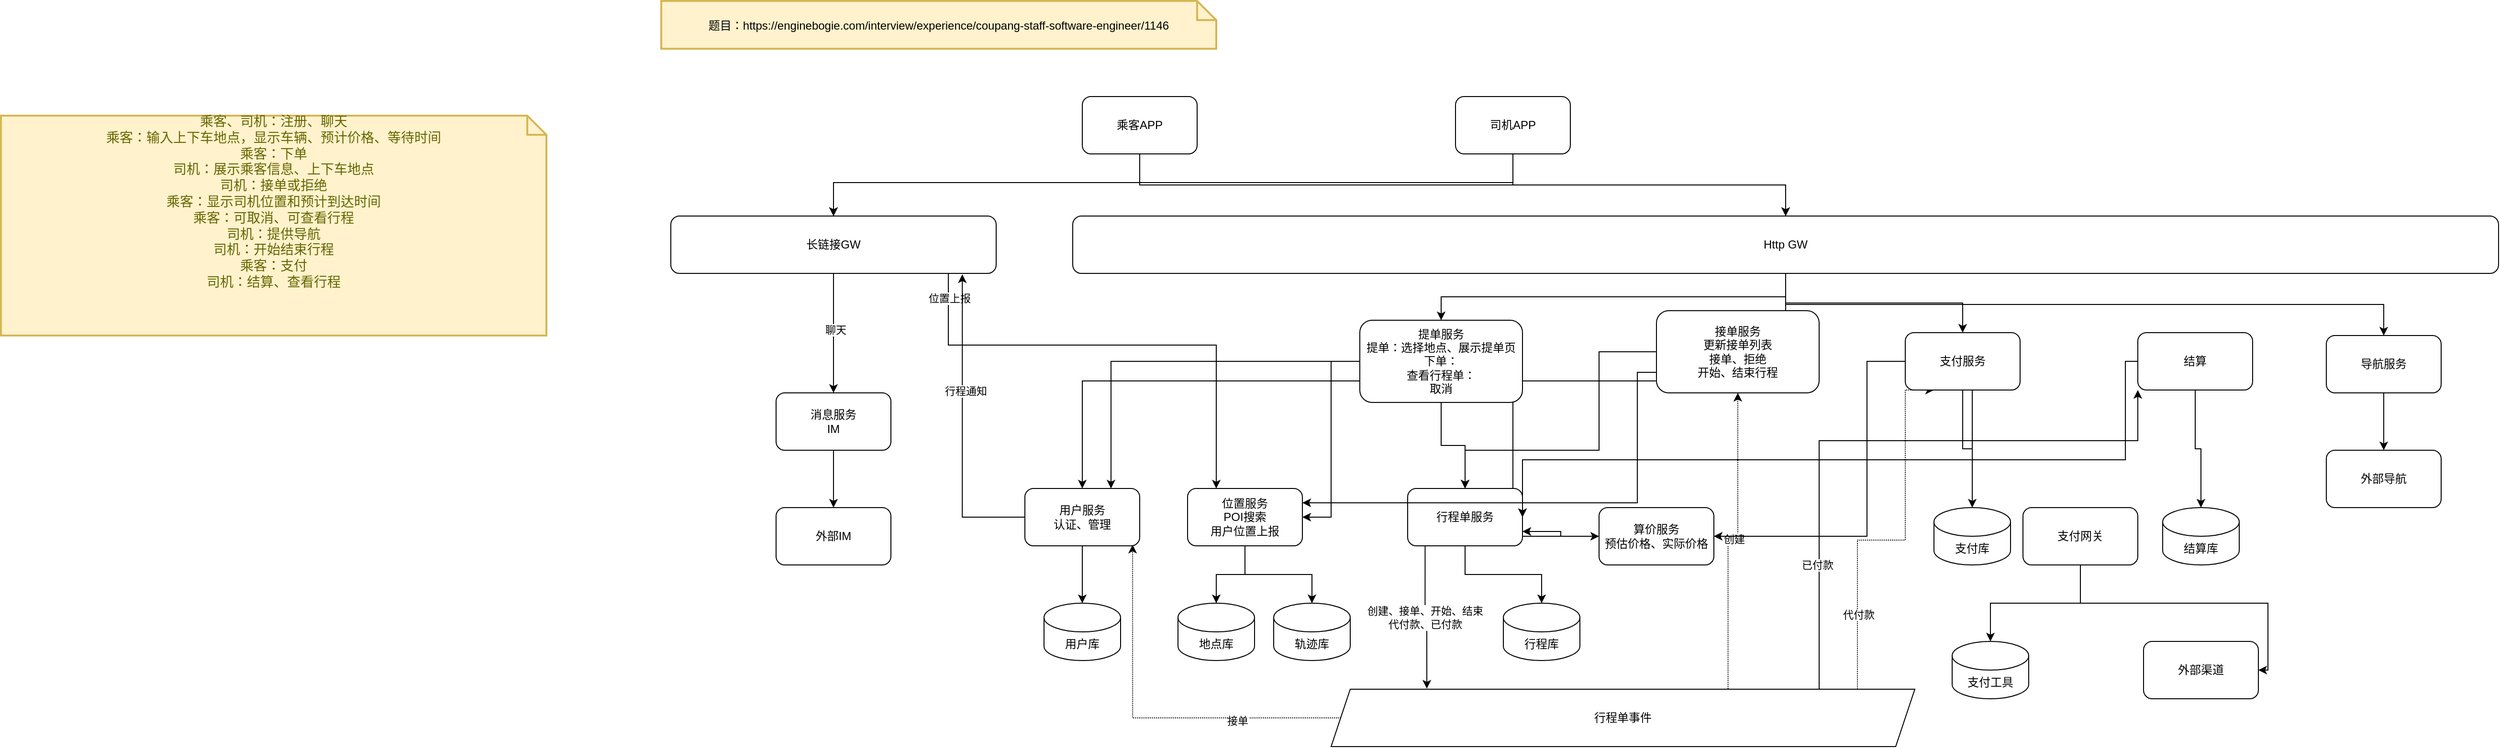
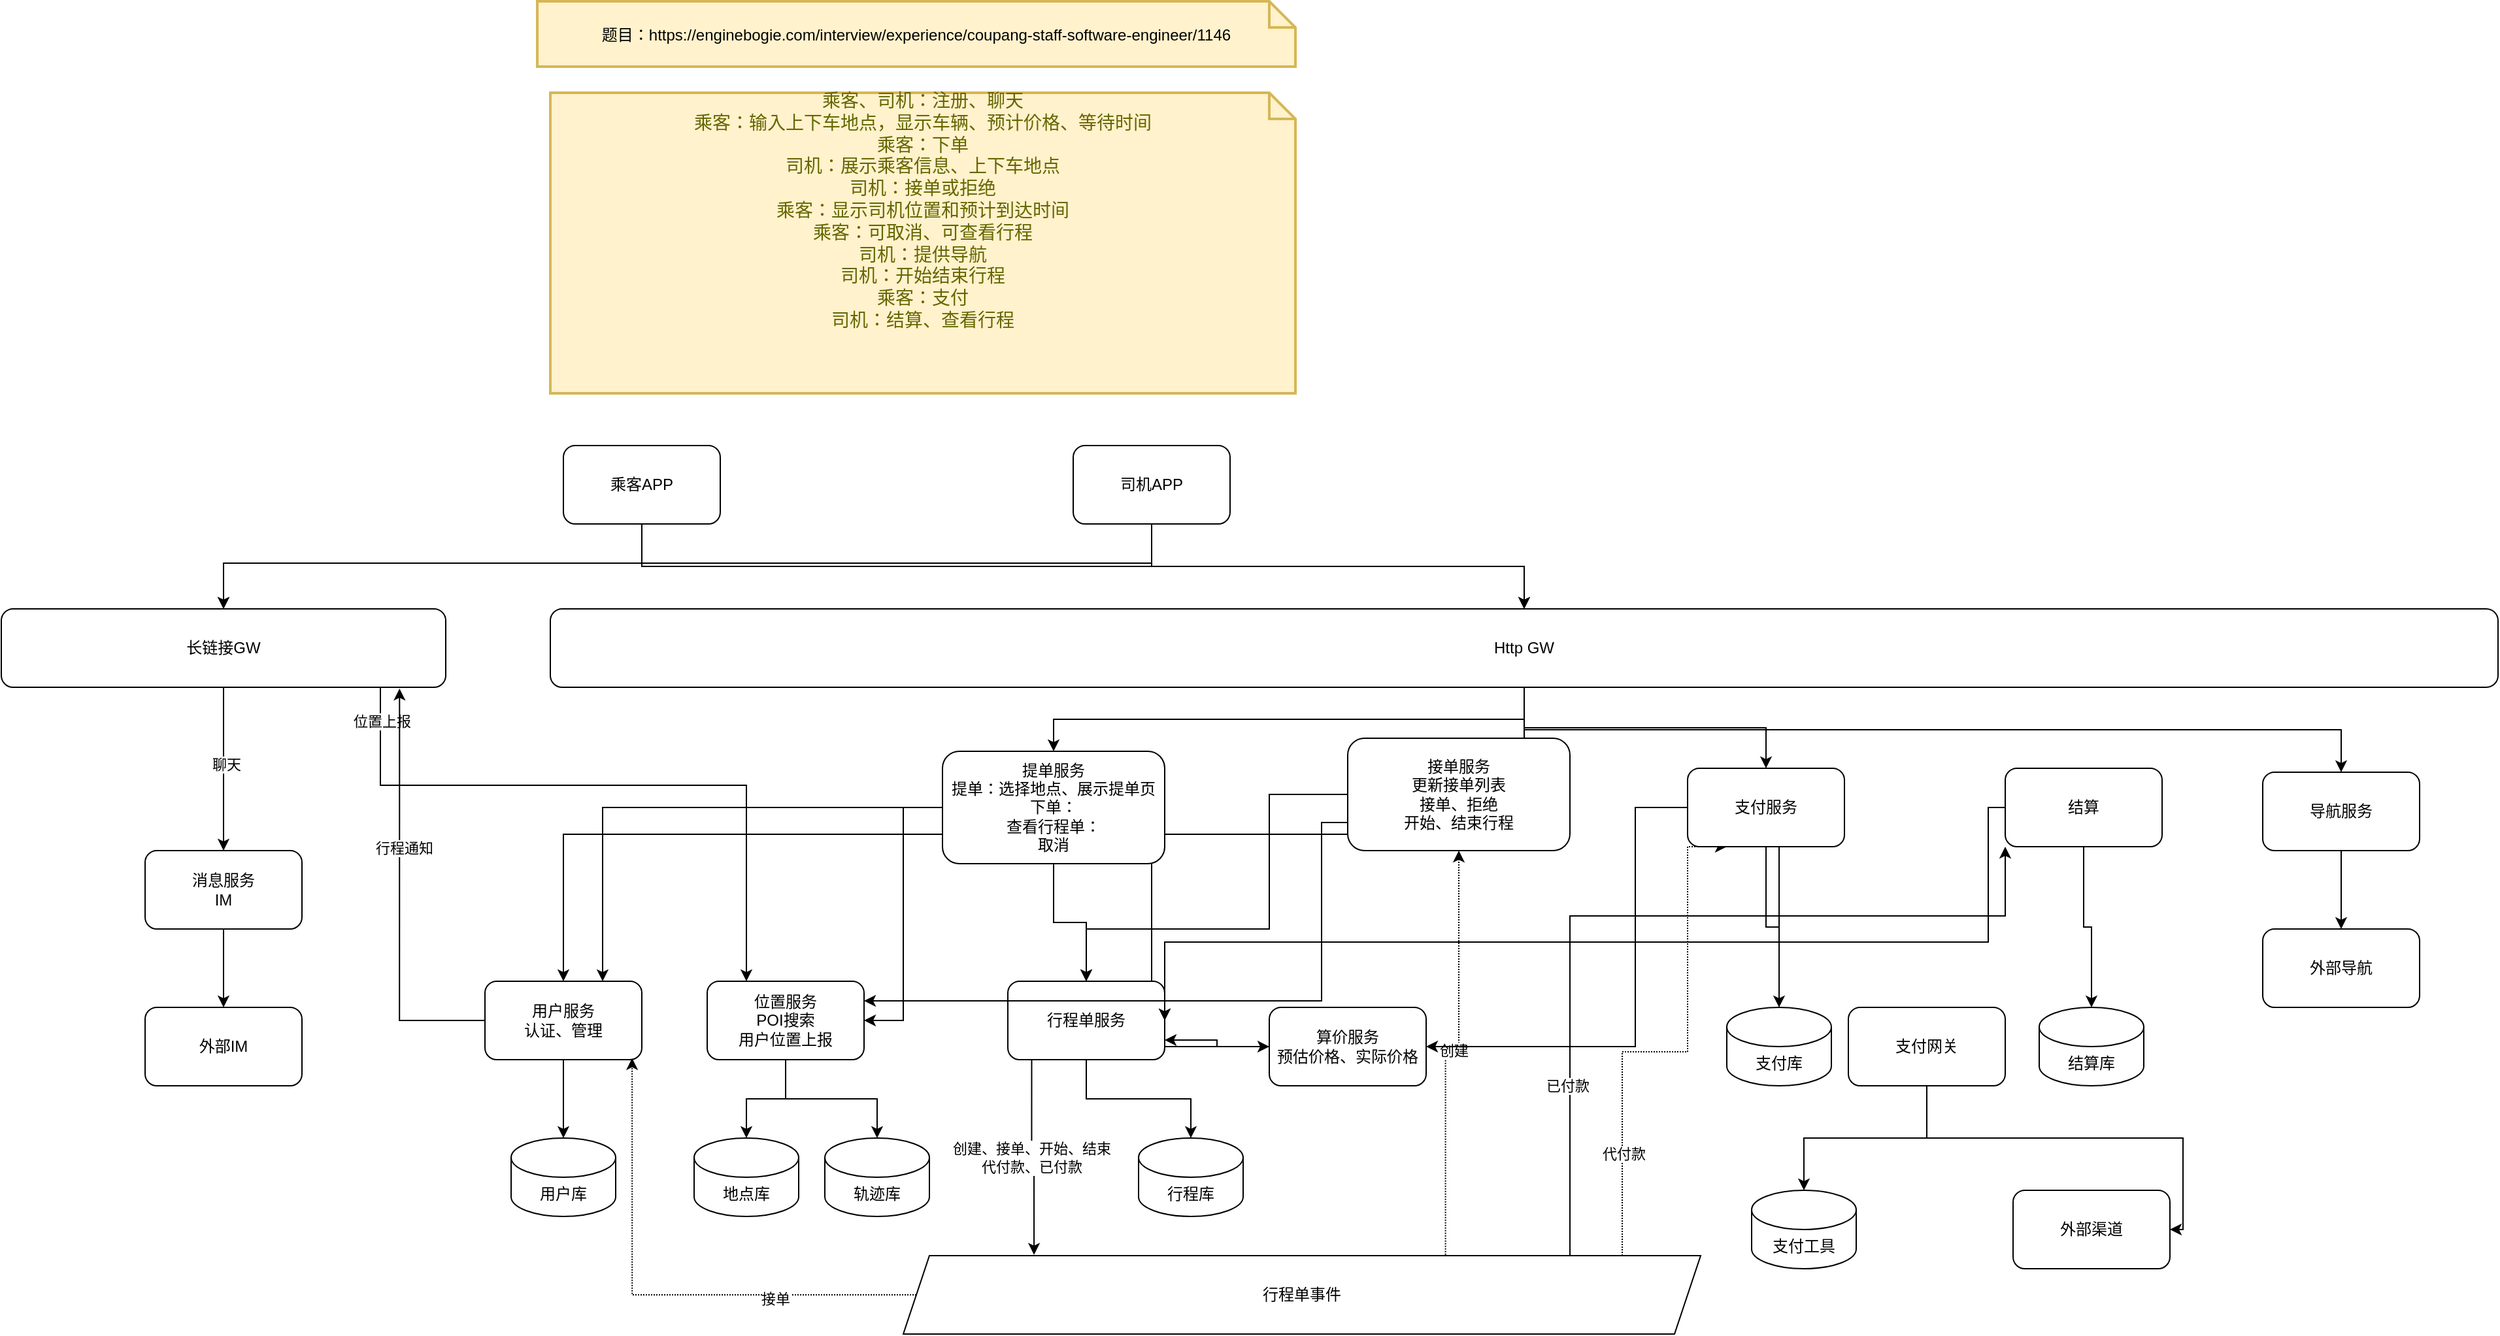
<mxfile host="app.diagrams.net" agent="Mozilla/5.0 (Windows NT 10.0; Win64; x64) AppleWebKit/537.36 (KHTML, like Gecko) draw.io/10.8.0 Chrome/73.0.3683.121 Electron/5.0.4 Safari/537.36" pages="3">
  <diagram id="dw9DIYGoIQujjZgAUzOq" name="打车应用">
-     <mxGraphModel dx="3344" dy="1169" grid="1" gridSize="10" guides="1" tooltips="1" connect="1" arrows="1" fold="1" page="1" pageScale="1" pageWidth="1169" pageHeight="827" math="0" shadow="0">
+     <mxGraphModel dx="1664" dy="1721" grid="1" gridSize="10" guides="1" tooltips="1" connect="1" arrows="1" fold="1" page="1" pageScale="1" pageWidth="1169" pageHeight="827" math="0" shadow="0">
      <root>
        <mxCell id="0" />
        <mxCell id="1" parent="0" />
        <mxCell id="qZWEmjuA36gEhOPuAmIH-36" parent="1" style="shape=note;strokeWidth=2;fontSize=14;size=20;whiteSpace=wrap;html=1;fillColor=#fff2cc;strokeColor=#d6b656;fontColor=#666600;" value="&lt;span style=&quot;color: rgb(0, 0, 0); font-size: 12px;&quot;&gt;题目：https://enginebogie.com/interview/experience/coupang-staff-software-engineer/1146&lt;/span&gt;" vertex="1">
-           <mxGeometry height="50" width="580" x="240" y="20" as="geometry" />
+           <mxGeometry height="50" width="580" x="660" y="-220" as="geometry" />
        </mxCell>
        <mxCell id="qZWEmjuA36gEhOPuAmIH-51" edge="1" parent="1" source="qZWEmjuA36gEhOPuAmIH-41" style="edgeStyle=orthogonalEdgeStyle;rounded=0;orthogonalLoop=1;jettySize=auto;html=1;" target="qZWEmjuA36gEhOPuAmIH-50">
          <mxGeometry relative="1" as="geometry" />
        </mxCell>
        <mxCell id="qZWEmjuA36gEhOPuAmIH-52" connectable="0" parent="qZWEmjuA36gEhOPuAmIH-51" style="edgeLabel;html=1;align=center;verticalAlign=middle;resizable=0;points=[];" value="注册" vertex="1">
          <mxGeometry relative="1" x="-0.013" y="2" as="geometry">
            <mxPoint as="offset" />
          </mxGeometry>
        </mxCell>
        <mxCell id="qZWEmjuA36gEhOPuAmIH-65" edge="1" parent="1" source="qZWEmjuA36gEhOPuAmIH-41" style="edgeStyle=orthogonalEdgeStyle;rounded=0;orthogonalLoop=1;jettySize=auto;html=1;" target="qZWEmjuA36gEhOPuAmIH-64">
          <mxGeometry relative="1" as="geometry" />
        </mxCell>
        <mxCell id="qZWEmjuA36gEhOPuAmIH-108" edge="1" parent="1" source="qZWEmjuA36gEhOPuAmIH-41" style="edgeStyle=orthogonalEdgeStyle;rounded=0;orthogonalLoop=1;jettySize=auto;html=1;entryX=0.5;entryY=0;entryDx=0;entryDy=0;" target="qZWEmjuA36gEhOPuAmIH-106">
          <mxGeometry relative="1" as="geometry" />
        </mxCell>
        <mxCell id="qZWEmjuA36gEhOPuAmIH-141" edge="1" parent="1" source="qZWEmjuA36gEhOPuAmIH-41" style="edgeStyle=orthogonalEdgeStyle;rounded=0;orthogonalLoop=1;jettySize=auto;html=1;entryX=0.5;entryY=0;entryDx=0;entryDy=0;" target="qZWEmjuA36gEhOPuAmIH-99">
          <mxGeometry relative="1" as="geometry" />
        </mxCell>
        <mxCell id="qZWEmjuA36gEhOPuAmIH-41" parent="1" style="rounded=1;whiteSpace=wrap;html=1;" value="Http GW" vertex="1">
          <mxGeometry height="60" width="1490" x="670" y="245" as="geometry" />
        </mxCell>
        <mxCell id="qZWEmjuA36gEhOPuAmIH-48" edge="1" parent="1" source="qZWEmjuA36gEhOPuAmIH-42" style="edgeStyle=orthogonalEdgeStyle;rounded=0;orthogonalLoop=1;jettySize=auto;html=1;" target="qZWEmjuA36gEhOPuAmIH-41">
          <mxGeometry relative="1" as="geometry" />
        </mxCell>
        <mxCell id="qZWEmjuA36gEhOPuAmIH-119" edge="1" parent="1" source="qZWEmjuA36gEhOPuAmIH-42" style="edgeStyle=orthogonalEdgeStyle;rounded=0;orthogonalLoop=1;jettySize=auto;html=1;" target="qZWEmjuA36gEhOPuAmIH-56">
          <mxGeometry relative="1" as="geometry">
            <Array as="points">
              <mxPoint x="740" y="210" />
              <mxPoint x="420" y="210" />
            </Array>
          </mxGeometry>
        </mxCell>
        <mxCell id="qZWEmjuA36gEhOPuAmIH-42" parent="1" style="rounded=1;whiteSpace=wrap;html=1;" value="乘客APP" vertex="1">
          <mxGeometry height="60" width="120" x="680" y="120" as="geometry" />
        </mxCell>
        <mxCell id="qZWEmjuA36gEhOPuAmIH-49" edge="1" parent="1" source="qZWEmjuA36gEhOPuAmIH-43" style="edgeStyle=orthogonalEdgeStyle;rounded=0;orthogonalLoop=1;jettySize=auto;html=1;" target="qZWEmjuA36gEhOPuAmIH-41">
          <mxGeometry relative="1" as="geometry" />
        </mxCell>
        <mxCell id="qZWEmjuA36gEhOPuAmIH-120" edge="1" parent="1" source="qZWEmjuA36gEhOPuAmIH-43" style="edgeStyle=orthogonalEdgeStyle;rounded=0;orthogonalLoop=1;jettySize=auto;html=1;" target="qZWEmjuA36gEhOPuAmIH-56">
          <mxGeometry relative="1" as="geometry">
            <Array as="points">
              <mxPoint x="1130" y="210" />
              <mxPoint x="420" y="210" />
            </Array>
          </mxGeometry>
        </mxCell>
        <mxCell id="qZWEmjuA36gEhOPuAmIH-43" parent="1" style="rounded=1;whiteSpace=wrap;html=1;" value="司机APP" vertex="1">
          <mxGeometry height="60" width="120" x="1070" y="120" as="geometry" />
        </mxCell>
        <mxCell id="qZWEmjuA36gEhOPuAmIH-54" edge="1" parent="1" source="qZWEmjuA36gEhOPuAmIH-50" style="edgeStyle=orthogonalEdgeStyle;rounded=0;orthogonalLoop=1;jettySize=auto;html=1;" target="qZWEmjuA36gEhOPuAmIH-53">
          <mxGeometry relative="1" as="geometry" />
        </mxCell>
        <mxCell id="qZWEmjuA36gEhOPuAmIH-50" parent="1" style="rounded=1;whiteSpace=wrap;html=1;" value="用户服务&lt;div&gt;认证、管理&lt;/div&gt;" vertex="1">
          <mxGeometry height="60" width="120" x="620" y="530" as="geometry" />
        </mxCell>
        <mxCell id="qZWEmjuA36gEhOPuAmIH-53" parent="1" style="shape=cylinder3;whiteSpace=wrap;html=1;boundedLbl=1;backgroundOutline=1;size=15;" value="用户库" vertex="1">
          <mxGeometry height="60" width="80" x="640" y="650" as="geometry" />
        </mxCell>
        <mxCell id="qZWEmjuA36gEhOPuAmIH-55" parent="1" style="shape=note;strokeWidth=2;fontSize=14;size=20;whiteSpace=wrap;html=1;fillColor=#fff2cc;strokeColor=#d6b656;fontColor=#666600;" value="乘客、司机：注册、聊天&lt;div&gt;&lt;div&gt;乘客：输入上下车地点，&lt;span style=&quot;background-color: transparent; color: light-dark(rgb(102, 102, 0), rgb(162, 162, 74));&quot;&gt;显示车辆、预计价格、等待时间&lt;/span&gt;&lt;/div&gt;&lt;div&gt;&lt;span style=&quot;background-color: transparent; color: light-dark(rgb(102, 102, 0), rgb(162, 162, 74));&quot;&gt;乘客：下单&lt;/span&gt;&lt;/div&gt;&lt;div&gt;&lt;span style=&quot;background-color: transparent; color: light-dark(rgb(102, 102, 0), rgb(162, 162, 74));&quot;&gt;司机：展示乘客信息、上下车地点&lt;/span&gt;&lt;/div&gt;&lt;div&gt;&lt;span style=&quot;background-color: transparent; color: light-dark(rgb(102, 102, 0), rgb(162, 162, 74));&quot;&gt;司机：接单或拒绝&lt;/span&gt;&lt;/div&gt;&lt;div&gt;&lt;span style=&quot;background-color: transparent; color: light-dark(rgb(102, 102, 0), rgb(162, 162, 74));&quot;&gt;乘客：显示司机位置和预计到达时间&lt;/span&gt;&lt;/div&gt;&lt;div&gt;&lt;span style=&quot;background-color: transparent; color: light-dark(rgb(102, 102, 0), rgb(162, 162, 74));&quot;&gt;乘客：可取消、可查看行程&lt;/span&gt;&lt;/div&gt;&lt;div&gt;&lt;span style=&quot;background-color: transparent; color: light-dark(rgb(102, 102, 0), rgb(162, 162, 74));&quot;&gt;司机：提供导航&lt;/span&gt;&lt;/div&gt;&lt;div&gt;&lt;span style=&quot;background-color: transparent; color: light-dark(rgb(102, 102, 0), rgb(162, 162, 74));&quot;&gt;司机：开始结束行程&lt;/span&gt;&lt;/div&gt;&lt;div&gt;&lt;span style=&quot;background-color: transparent; color: light-dark(rgb(102, 102, 0), rgb(162, 162, 74));&quot;&gt;乘客：支付&lt;/span&gt;&lt;/div&gt;&lt;div&gt;&lt;span style=&quot;background-color: transparent; color: light-dark(rgb(102, 102, 0), rgb(162, 162, 74));&quot;&gt;司机：结算、查看行程&lt;/span&gt;&lt;/div&gt;&lt;div&gt;&lt;span style=&quot;background-color: transparent; color: light-dark(rgb(102, 102, 0), rgb(162, 162, 74));&quot;&gt;&lt;br&gt;&lt;/span&gt;&lt;/div&gt;&lt;div&gt;&lt;span style=&quot;background-color: transparent; color: light-dark(rgb(102, 102, 0), rgb(162, 162, 74));&quot;&gt;&lt;br&gt;&lt;/span&gt;&lt;/div&gt;&lt;div&gt;&lt;br&gt;&lt;/div&gt;&lt;/div&gt;" vertex="1">
-           <mxGeometry height="230" width="570" x="-450" y="140" as="geometry" />
+           <mxGeometry height="230" width="570" x="670" y="-150" as="geometry" />
        </mxCell>
        <mxCell id="qZWEmjuA36gEhOPuAmIH-60" edge="1" parent="1" source="qZWEmjuA36gEhOPuAmIH-56" style="edgeStyle=orthogonalEdgeStyle;rounded=0;orthogonalLoop=1;jettySize=auto;html=1;" target="qZWEmjuA36gEhOPuAmIH-59">
          <mxGeometry relative="1" as="geometry" />
        </mxCell>
        <mxCell id="qZWEmjuA36gEhOPuAmIH-63" connectable="0" parent="qZWEmjuA36gEhOPuAmIH-60" style="edgeLabel;html=1;align=center;verticalAlign=middle;resizable=0;points=[];" value="聊天" vertex="1">
          <mxGeometry relative="1" x="-0.0621" y="2" as="geometry">
            <mxPoint as="offset" />
          </mxGeometry>
        </mxCell>
        <mxCell id="qZWEmjuA36gEhOPuAmIH-100" edge="1" parent="1" source="qZWEmjuA36gEhOPuAmIH-56" style="edgeStyle=orthogonalEdgeStyle;rounded=0;orthogonalLoop=1;jettySize=auto;html=1;exitX=0.75;exitY=1;exitDx=0;exitDy=0;entryX=0.25;entryY=0;entryDx=0;entryDy=0;" target="qZWEmjuA36gEhOPuAmIH-68">
          <mxGeometry relative="1" as="geometry">
            <Array as="points">
              <mxPoint x="540" y="380" />
              <mxPoint x="820" y="380" />
            </Array>
          </mxGeometry>
        </mxCell>
        <mxCell id="qZWEmjuA36gEhOPuAmIH-101" connectable="0" parent="qZWEmjuA36gEhOPuAmIH-100" style="edgeLabel;html=1;align=center;verticalAlign=middle;resizable=0;points=[];" value="位置上报" vertex="1">
          <mxGeometry relative="1" x="-0.7735" y="1" as="geometry">
            <mxPoint as="offset" />
          </mxGeometry>
        </mxCell>
        <mxCell id="qZWEmjuA36gEhOPuAmIH-56" parent="1" style="rounded=1;whiteSpace=wrap;html=1;" value="长链接GW" vertex="1">
          <mxGeometry height="60" width="340" x="250" y="245" as="geometry" />
        </mxCell>
        <mxCell id="qZWEmjuA36gEhOPuAmIH-62" edge="1" parent="1" source="qZWEmjuA36gEhOPuAmIH-59" style="edgeStyle=orthogonalEdgeStyle;rounded=0;orthogonalLoop=1;jettySize=auto;html=1;" target="qZWEmjuA36gEhOPuAmIH-61">
          <mxGeometry relative="1" as="geometry" />
        </mxCell>
        <mxCell id="qZWEmjuA36gEhOPuAmIH-59" parent="1" style="rounded=1;whiteSpace=wrap;html=1;" value="消息服务&lt;div&gt;IM&lt;/div&gt;" vertex="1">
          <mxGeometry height="60" width="120" x="360" y="430" as="geometry" />
        </mxCell>
        <mxCell id="qZWEmjuA36gEhOPuAmIH-61" parent="1" style="rounded=1;whiteSpace=wrap;html=1;" value="外部IM" vertex="1">
          <mxGeometry height="60" width="120" x="360" y="550" as="geometry" />
        </mxCell>
        <mxCell id="qZWEmjuA36gEhOPuAmIH-72" edge="1" parent="1" source="qZWEmjuA36gEhOPuAmIH-64" style="edgeStyle=orthogonalEdgeStyle;rounded=0;orthogonalLoop=1;jettySize=auto;html=1;entryX=1;entryY=0.5;entryDx=0;entryDy=0;" target="qZWEmjuA36gEhOPuAmIH-68">
          <mxGeometry relative="1" as="geometry" />
        </mxCell>
        <mxCell id="qZWEmjuA36gEhOPuAmIH-73" edge="1" parent="1" source="qZWEmjuA36gEhOPuAmIH-64" style="edgeStyle=orthogonalEdgeStyle;rounded=0;orthogonalLoop=1;jettySize=auto;html=1;entryX=0.75;entryY=0;entryDx=0;entryDy=0;" target="qZWEmjuA36gEhOPuAmIH-50">
          <mxGeometry relative="1" as="geometry" />
        </mxCell>
        <mxCell id="qZWEmjuA36gEhOPuAmIH-77" edge="1" parent="1" source="qZWEmjuA36gEhOPuAmIH-64" style="edgeStyle=orthogonalEdgeStyle;rounded=0;orthogonalLoop=1;jettySize=auto;html=1;" target="qZWEmjuA36gEhOPuAmIH-74">
          <mxGeometry relative="1" as="geometry" />
        </mxCell>
        <mxCell id="qZWEmjuA36gEhOPuAmIH-86" edge="1" parent="1" source="qZWEmjuA36gEhOPuAmIH-74" style="edgeStyle=orthogonalEdgeStyle;rounded=0;orthogonalLoop=1;jettySize=auto;html=1;exitX=0.152;exitY=0.965;exitDx=0;exitDy=0;entryX=0.164;entryY=-0.011;entryDx=0;entryDy=0;exitPerimeter=0;entryPerimeter=0;" target="qZWEmjuA36gEhOPuAmIH-84">
          <mxGeometry relative="1" as="geometry" />
        </mxCell>
        <mxCell id="qZWEmjuA36gEhOPuAmIH-87" connectable="0" parent="qZWEmjuA36gEhOPuAmIH-86" style="edgeLabel;html=1;align=center;verticalAlign=middle;resizable=0;points=[];" value="创建、接单、开始、结束&lt;div&gt;代付款、已付款&lt;/div&gt;" vertex="1">
          <mxGeometry relative="1" x="0.0003" as="geometry">
            <mxPoint as="offset" />
          </mxGeometry>
        </mxCell>
        <mxCell id="qZWEmjuA36gEhOPuAmIH-138" edge="1" parent="1" source="qZWEmjuA36gEhOPuAmIH-64" style="edgeStyle=orthogonalEdgeStyle;rounded=0;orthogonalLoop=1;jettySize=auto;html=1;" target="qZWEmjuA36gEhOPuAmIH-137">
          <mxGeometry relative="1" as="geometry">
            <Array as="points">
              <mxPoint x="1130" y="580" />
            </Array>
          </mxGeometry>
        </mxCell>
        <mxCell id="qZWEmjuA36gEhOPuAmIH-64" parent="1" style="rounded=1;whiteSpace=wrap;html=1;" value="提单服务&lt;div&gt;提单：选择地点、展示提单页&lt;/div&gt;&lt;div&gt;下单：&lt;/div&gt;&lt;div&gt;查看行程单：&lt;/div&gt;&lt;div&gt;取消&lt;/div&gt;" vertex="1">
          <mxGeometry height="86" width="170" x="970" y="354" as="geometry" />
        </mxCell>
        <mxCell id="qZWEmjuA36gEhOPuAmIH-67" edge="1" parent="1" source="qZWEmjuA36gEhOPuAmIH-68" style="edgeStyle=orthogonalEdgeStyle;rounded=0;orthogonalLoop=1;jettySize=auto;html=1;" target="qZWEmjuA36gEhOPuAmIH-69">
          <mxGeometry relative="1" as="geometry" />
        </mxCell>
        <mxCell id="qZWEmjuA36gEhOPuAmIH-71" edge="1" parent="1" source="qZWEmjuA36gEhOPuAmIH-68" style="edgeStyle=orthogonalEdgeStyle;rounded=0;orthogonalLoop=1;jettySize=auto;html=1;" target="qZWEmjuA36gEhOPuAmIH-70">
          <mxGeometry relative="1" as="geometry" />
        </mxCell>
        <mxCell id="qZWEmjuA36gEhOPuAmIH-68" parent="1" style="rounded=1;whiteSpace=wrap;html=1;" value="位置服务&lt;div&gt;POI搜索&lt;/div&gt;&lt;div&gt;用户位置上报&lt;/div&gt;" vertex="1">
          <mxGeometry height="60" width="120" x="790" y="530" as="geometry" />
        </mxCell>
        <mxCell id="qZWEmjuA36gEhOPuAmIH-69" parent="1" style="shape=cylinder3;whiteSpace=wrap;html=1;boundedLbl=1;backgroundOutline=1;size=15;" value="轨迹库" vertex="1">
          <mxGeometry height="60" width="80" x="880" y="650" as="geometry" />
        </mxCell>
        <mxCell id="qZWEmjuA36gEhOPuAmIH-70" parent="1" style="shape=cylinder3;whiteSpace=wrap;html=1;boundedLbl=1;backgroundOutline=1;size=15;" value="地点库" vertex="1">
          <mxGeometry height="60" width="80" x="780" y="650" as="geometry" />
        </mxCell>
        <mxCell id="qZWEmjuA36gEhOPuAmIH-76" edge="1" parent="1" source="qZWEmjuA36gEhOPuAmIH-74" style="edgeStyle=orthogonalEdgeStyle;rounded=0;orthogonalLoop=1;jettySize=auto;html=1;" target="qZWEmjuA36gEhOPuAmIH-75">
          <mxGeometry relative="1" as="geometry" />
        </mxCell>
        <mxCell id="qZWEmjuA36gEhOPuAmIH-74" parent="1" style="rounded=1;whiteSpace=wrap;html=1;" value="行程单服务" vertex="1">
          <mxGeometry height="60" width="120" x="1020" y="530" as="geometry" />
        </mxCell>
        <mxCell id="qZWEmjuA36gEhOPuAmIH-75" parent="1" style="shape=cylinder3;whiteSpace=wrap;html=1;boundedLbl=1;backgroundOutline=1;size=15;" value="行程库" vertex="1">
          <mxGeometry height="60" width="80" x="1120" y="650" as="geometry" />
        </mxCell>
        <mxCell id="qZWEmjuA36gEhOPuAmIH-83" edge="1" parent="1" source="qZWEmjuA36gEhOPuAmIH-78" style="edgeStyle=orthogonalEdgeStyle;rounded=0;orthogonalLoop=1;jettySize=auto;html=1;" target="qZWEmjuA36gEhOPuAmIH-74">
          <mxGeometry relative="1" as="geometry">
            <Array as="points">
              <mxPoint x="1220" y="387" />
              <mxPoint x="1220" y="490" />
              <mxPoint x="1080" y="490" />
            </Array>
          </mxGeometry>
        </mxCell>
        <mxCell id="qZWEmjuA36gEhOPuAmIH-127" edge="1" parent="1" source="qZWEmjuA36gEhOPuAmIH-78" style="edgeStyle=orthogonalEdgeStyle;rounded=0;orthogonalLoop=1;jettySize=auto;html=1;exitX=0;exitY=0.75;exitDx=0;exitDy=0;entryX=1;entryY=0.25;entryDx=0;entryDy=0;" target="qZWEmjuA36gEhOPuAmIH-68">
          <mxGeometry relative="1" as="geometry">
            <Array as="points">
              <mxPoint x="1260" y="408" />
              <mxPoint x="1260" y="545" />
            </Array>
          </mxGeometry>
        </mxCell>
        <mxCell id="qZWEmjuA36gEhOPuAmIH-78" parent="1" style="rounded=1;whiteSpace=wrap;html=1;" value="接单服务&lt;div&gt;更新接单列表&lt;/div&gt;&lt;div&gt;接单、拒绝&lt;/div&gt;&lt;div&gt;开始、结束行程&lt;/div&gt;" vertex="1">
          <mxGeometry height="86" width="170" x="1280" y="344" as="geometry" />
        </mxCell>
        <mxCell id="qZWEmjuA36gEhOPuAmIH-88" edge="1" parent="1" source="qZWEmjuA36gEhOPuAmIH-84" style="edgeStyle=orthogonalEdgeStyle;rounded=0;orthogonalLoop=1;jettySize=auto;html=1;dashed=1;dashPattern=1 1;exitX=0.68;exitY=-0.011;exitDx=0;exitDy=0;exitPerimeter=0;" target="qZWEmjuA36gEhOPuAmIH-78">
          <mxGeometry relative="1" as="geometry" />
        </mxCell>
        <mxCell id="qZWEmjuA36gEhOPuAmIH-89" connectable="0" parent="qZWEmjuA36gEhOPuAmIH-88" style="edgeLabel;html=1;align=center;verticalAlign=middle;resizable=0;points=[];" value="创建" vertex="1">
          <mxGeometry relative="1" x="0.0024" y="2" as="geometry">
            <mxPoint as="offset" />
          </mxGeometry>
        </mxCell>
        <mxCell id="qZWEmjuA36gEhOPuAmIH-132" edge="1" parent="1" source="qZWEmjuA36gEhOPuAmIH-84" style="edgeStyle=orthogonalEdgeStyle;rounded=0;orthogonalLoop=1;jettySize=auto;html=1;entryX=0.25;entryY=1;entryDx=0;entryDy=0;dashed=1;dashPattern=1 1;" target="qZWEmjuA36gEhOPuAmIH-106">
          <mxGeometry relative="1" as="geometry">
            <Array as="points">
              <mxPoint x="1490" y="584" />
              <mxPoint x="1540" y="584" />
              <mxPoint x="1540" y="427" />
            </Array>
          </mxGeometry>
        </mxCell>
        <mxCell id="qZWEmjuA36gEhOPuAmIH-133" connectable="0" parent="qZWEmjuA36gEhOPuAmIH-132" style="edgeLabel;html=1;align=center;verticalAlign=middle;resizable=0;points=[];" value="代付款" vertex="1">
          <mxGeometry relative="1" x="-0.604" y="-1" as="geometry">
            <mxPoint as="offset" />
          </mxGeometry>
        </mxCell>
        <mxCell id="qZWEmjuA36gEhOPuAmIH-135" edge="1" parent="1" source="qZWEmjuA36gEhOPuAmIH-84" style="edgeStyle=orthogonalEdgeStyle;rounded=0;orthogonalLoop=1;jettySize=auto;html=1;exitX=1;exitY=0;exitDx=0;exitDy=0;entryX=0;entryY=1;entryDx=0;entryDy=0;" target="qZWEmjuA36gEhOPuAmIH-109">
          <mxGeometry relative="1" as="geometry">
            <Array as="points">
              <mxPoint x="1450" y="740" />
              <mxPoint x="1450" y="480" />
              <mxPoint x="1783" y="480" />
            </Array>
          </mxGeometry>
        </mxCell>
        <mxCell id="qZWEmjuA36gEhOPuAmIH-136" connectable="0" parent="qZWEmjuA36gEhOPuAmIH-135" style="edgeLabel;html=1;align=center;verticalAlign=middle;resizable=0;points=[];" value="已付款" vertex="1">
          <mxGeometry relative="1" x="-0.3829" y="2" as="geometry">
            <mxPoint as="offset" />
          </mxGeometry>
        </mxCell>
        <mxCell id="qZWEmjuA36gEhOPuAmIH-84" parent="1" style="shape=parallelogram;perimeter=parallelogramPerimeter;whiteSpace=wrap;html=1;fixedSize=1;" value="行程单事件" vertex="1">
          <mxGeometry height="60" width="610" x="940" y="740" as="geometry" />
        </mxCell>
        <mxCell id="qZWEmjuA36gEhOPuAmIH-95" edge="1" parent="1" source="qZWEmjuA36gEhOPuAmIH-84" style="edgeStyle=orthogonalEdgeStyle;rounded=0;orthogonalLoop=1;jettySize=auto;html=1;entryX=0.938;entryY=0.981;entryDx=0;entryDy=0;entryPerimeter=0;dashed=1;dashPattern=1 1;" target="qZWEmjuA36gEhOPuAmIH-50">
          <mxGeometry relative="1" as="geometry" />
        </mxCell>
        <mxCell id="qZWEmjuA36gEhOPuAmIH-96" connectable="0" parent="qZWEmjuA36gEhOPuAmIH-95" style="edgeLabel;html=1;align=center;verticalAlign=middle;resizable=0;points=[];" value="接单" vertex="1">
          <mxGeometry relative="1" x="-0.4585" y="3" as="geometry">
            <mxPoint as="offset" />
          </mxGeometry>
        </mxCell>
        <mxCell id="qZWEmjuA36gEhOPuAmIH-97" edge="1" parent="1" source="qZWEmjuA36gEhOPuAmIH-50" style="edgeStyle=orthogonalEdgeStyle;rounded=0;orthogonalLoop=1;jettySize=auto;html=1;entryX=0.896;entryY=1.017;entryDx=0;entryDy=0;entryPerimeter=0;" target="qZWEmjuA36gEhOPuAmIH-56">
          <mxGeometry relative="1" as="geometry" />
        </mxCell>
        <mxCell id="qZWEmjuA36gEhOPuAmIH-98" connectable="0" parent="qZWEmjuA36gEhOPuAmIH-97" style="edgeLabel;html=1;align=center;verticalAlign=middle;resizable=0;points=[];" value="行程通知" vertex="1">
          <mxGeometry relative="1" x="0.2376" y="-3" as="geometry">
            <mxPoint as="offset" />
          </mxGeometry>
        </mxCell>
        <mxCell id="qZWEmjuA36gEhOPuAmIH-105" edge="1" parent="1" source="qZWEmjuA36gEhOPuAmIH-99" style="edgeStyle=orthogonalEdgeStyle;rounded=0;orthogonalLoop=1;jettySize=auto;html=1;" target="qZWEmjuA36gEhOPuAmIH-104">
          <mxGeometry relative="1" as="geometry" />
        </mxCell>
        <mxCell id="qZWEmjuA36gEhOPuAmIH-99" parent="1" style="rounded=1;whiteSpace=wrap;html=1;" value="导航服务" vertex="1">
          <mxGeometry height="60" width="120" x="1980" y="370" as="geometry" />
        </mxCell>
        <mxCell id="qZWEmjuA36gEhOPuAmIH-104" parent="1" style="rounded=1;whiteSpace=wrap;html=1;" value="外部导航" vertex="1">
          <mxGeometry height="60" width="120" x="1980" y="490" as="geometry" />
        </mxCell>
        <mxCell id="qZWEmjuA36gEhOPuAmIH-107" edge="1" parent="1" source="qZWEmjuA36gEhOPuAmIH-106" style="edgeStyle=orthogonalEdgeStyle;rounded=0;orthogonalLoop=1;jettySize=auto;html=1;entryX=1;entryY=0.5;entryDx=0;entryDy=0;" target="qZWEmjuA36gEhOPuAmIH-74">
          <mxGeometry relative="1" as="geometry">
            <Array as="points">
              <mxPoint x="1610" y="500" />
              <mxPoint x="1140" y="500" />
            </Array>
          </mxGeometry>
        </mxCell>
        <mxCell id="qZWEmjuA36gEhOPuAmIH-130" edge="1" parent="1" source="qZWEmjuA36gEhOPuAmIH-106" style="edgeStyle=orthogonalEdgeStyle;rounded=0;orthogonalLoop=1;jettySize=auto;html=1;" target="qZWEmjuA36gEhOPuAmIH-128">
          <mxGeometry relative="1" as="geometry" />
        </mxCell>
        <mxCell id="qZWEmjuA36gEhOPuAmIH-139" edge="1" parent="1" source="qZWEmjuA36gEhOPuAmIH-106" style="edgeStyle=orthogonalEdgeStyle;rounded=0;orthogonalLoop=1;jettySize=auto;html=1;entryX=1;entryY=0.5;entryDx=0;entryDy=0;" target="qZWEmjuA36gEhOPuAmIH-137">
          <mxGeometry relative="1" as="geometry">
            <Array as="points">
              <mxPoint x="1500" y="397" />
              <mxPoint x="1500" y="580" />
            </Array>
          </mxGeometry>
        </mxCell>
        <mxCell id="qZWEmjuA36gEhOPuAmIH-106" parent="1" style="rounded=1;whiteSpace=wrap;html=1;" value="支付服务" vertex="1">
          <mxGeometry height="60" width="120" x="1540" y="367" as="geometry" />
        </mxCell>
        <mxCell id="qZWEmjuA36gEhOPuAmIH-121" edge="1" parent="1" source="qZWEmjuA36gEhOPuAmIH-109" style="edgeStyle=orthogonalEdgeStyle;rounded=0;orthogonalLoop=1;jettySize=auto;html=1;entryX=1;entryY=0.5;entryDx=0;entryDy=0;" target="qZWEmjuA36gEhOPuAmIH-74">
          <mxGeometry relative="1" as="geometry">
            <Array as="points">
              <mxPoint x="1770" y="500" />
              <mxPoint x="1140" y="500" />
            </Array>
          </mxGeometry>
        </mxCell>
        <mxCell id="qZWEmjuA36gEhOPuAmIH-131" edge="1" parent="1" source="qZWEmjuA36gEhOPuAmIH-109" style="edgeStyle=orthogonalEdgeStyle;rounded=0;orthogonalLoop=1;jettySize=auto;html=1;" target="qZWEmjuA36gEhOPuAmIH-129">
          <mxGeometry relative="1" as="geometry" />
        </mxCell>
        <mxCell id="qZWEmjuA36gEhOPuAmIH-109" parent="1" style="rounded=1;whiteSpace=wrap;html=1;" value="结算" vertex="1">
          <mxGeometry height="60" width="120" x="1783" y="367" as="geometry" />
        </mxCell>
        <mxCell id="qZWEmjuA36gEhOPuAmIH-116" edge="1" parent="1" source="qZWEmjuA36gEhOPuAmIH-110" style="edgeStyle=orthogonalEdgeStyle;rounded=0;orthogonalLoop=1;jettySize=auto;html=1;" target="qZWEmjuA36gEhOPuAmIH-113">
          <mxGeometry relative="1" as="geometry" />
        </mxCell>
        <mxCell id="qZWEmjuA36gEhOPuAmIH-118" edge="1" parent="1" source="qZWEmjuA36gEhOPuAmIH-110" style="edgeStyle=orthogonalEdgeStyle;rounded=0;orthogonalLoop=1;jettySize=auto;html=1;" target="qZWEmjuA36gEhOPuAmIH-111">
          <mxGeometry relative="1" as="geometry">
            <Array as="points">
              <mxPoint x="1723" y="650" />
              <mxPoint x="1919" y="650" />
            </Array>
          </mxGeometry>
        </mxCell>
        <mxCell id="qZWEmjuA36gEhOPuAmIH-110" parent="1" style="rounded=1;whiteSpace=wrap;html=1;" value="支付网关" vertex="1">
          <mxGeometry height="60" width="120" x="1663" y="550" as="geometry" />
        </mxCell>
        <mxCell id="qZWEmjuA36gEhOPuAmIH-111" parent="1" style="rounded=1;whiteSpace=wrap;html=1;" value="外部渠道" vertex="1">
          <mxGeometry height="60" width="120" x="1789" y="690" as="geometry" />
        </mxCell>
        <mxCell id="qZWEmjuA36gEhOPuAmIH-113" parent="1" style="shape=cylinder3;whiteSpace=wrap;html=1;boundedLbl=1;backgroundOutline=1;size=15;" value="支付工具" vertex="1">
          <mxGeometry height="60" width="80" x="1589" y="690" as="geometry" />
        </mxCell>
        <mxCell id="qZWEmjuA36gEhOPuAmIH-128" parent="1" style="shape=cylinder3;whiteSpace=wrap;html=1;boundedLbl=1;backgroundOutline=1;size=15;" value="支付库" vertex="1">
          <mxGeometry height="60" width="80" x="1570" y="550" as="geometry" />
        </mxCell>
        <mxCell id="qZWEmjuA36gEhOPuAmIH-129" parent="1" style="shape=cylinder3;whiteSpace=wrap;html=1;boundedLbl=1;backgroundOutline=1;size=15;" value="结算库" vertex="1">
          <mxGeometry height="60" width="80" x="1809" y="550" as="geometry" />
        </mxCell>
        <mxCell id="qZWEmjuA36gEhOPuAmIH-140" edge="1" parent="1" source="qZWEmjuA36gEhOPuAmIH-137" style="edgeStyle=orthogonalEdgeStyle;rounded=0;orthogonalLoop=1;jettySize=auto;html=1;entryX=1;entryY=0.75;entryDx=0;entryDy=0;" target="qZWEmjuA36gEhOPuAmIH-74">
          <mxGeometry relative="1" as="geometry" />
        </mxCell>
        <mxCell id="qZWEmjuA36gEhOPuAmIH-137" parent="1" style="rounded=1;whiteSpace=wrap;html=1;" value="算价服务&lt;div&gt;预估价格、实际价格&lt;/div&gt;" vertex="1">
          <mxGeometry height="60" width="120" x="1220" y="550" as="geometry" />
        </mxCell>
      </root>
    </mxGraphModel>
  </diagram>
  <diagram id="X82eesfeykfDVVLsCO9d" name="爬虫">
    <mxGraphModel dx="2174" dy="724" grid="1" gridSize="10" guides="1" tooltips="1" connect="1" arrows="1" fold="1" page="1" pageScale="1" pageWidth="827" pageHeight="1169" math="0" shadow="0">
      <root>
        <mxCell id="0" />
        <mxCell id="1" parent="0" />
        <mxCell id="_zXhN4HSyIswi5ZMuQij-1" parent="1" style="shape=note;strokeWidth=2;fontSize=14;size=20;whiteSpace=wrap;html=1;fillColor=#fff2cc;strokeColor=#d6b656;fontColor=#666600;" value="https://github.com/donnemartin/system-design-primer/blob/master/solutions/system_design/web_crawler/README.md" vertex="1">
          <mxGeometry height="20" width="890" x="-260" y="40" as="geometry" />
        </mxCell>
        <mxCell id="_zXhN4HSyIswi5ZMuQij-2" parent="1" style="text;html=1;whiteSpace=wrap;strokeColor=none;fillColor=none;align=center;verticalAlign=middle;rounded=0;" value="url&lt;div&gt;抓网页&lt;/div&gt;&lt;div&gt;解析网页&lt;/div&gt;&lt;div&gt;保存网页内容、url入队列&lt;/div&gt;" vertex="1">
          <mxGeometry height="90" width="310" x="-50" y="100" as="geometry" />
        </mxCell>
        <mxCell id="_zXhN4HSyIswi5ZMuQij-6" edge="1" parent="1" source="_zXhN4HSyIswi5ZMuQij-3" style="edgeStyle=orthogonalEdgeStyle;rounded=0;orthogonalLoop=1;jettySize=auto;html=1;" target="_zXhN4HSyIswi5ZMuQij-5">
          <mxGeometry relative="1" as="geometry" />
        </mxCell>
        <mxCell id="_zXhN4HSyIswi5ZMuQij-13" edge="1" parent="1" source="_zXhN4HSyIswi5ZMuQij-3" style="edgeStyle=orthogonalEdgeStyle;rounded=0;orthogonalLoop=1;jettySize=auto;html=1;" target="_zXhN4HSyIswi5ZMuQij-12">
          <mxGeometry relative="1" as="geometry" />
        </mxCell>
        <mxCell id="_zXhN4HSyIswi5ZMuQij-15" connectable="0" parent="_zXhN4HSyIswi5ZMuQij-13" style="edgeLabel;html=1;align=center;verticalAlign=middle;resizable=0;points=[];" value="url" vertex="1">
          <mxGeometry relative="1" x="-0.0571" y="3" as="geometry">
            <mxPoint y="1" as="offset" />
          </mxGeometry>
        </mxCell>
        <mxCell id="_zXhN4HSyIswi5ZMuQij-3" parent="1" style="rounded=1;whiteSpace=wrap;html=1;" value="分发服务&lt;div&gt;url分发任务&lt;/div&gt;" vertex="1">
          <mxGeometry height="60" width="180" y="310" as="geometry" />
        </mxCell>
        <mxCell id="_zXhN4HSyIswi5ZMuQij-9" edge="1" parent="1" source="_zXhN4HSyIswi5ZMuQij-4" style="edgeStyle=orthogonalEdgeStyle;rounded=0;orthogonalLoop=1;jettySize=auto;html=1;" target="_zXhN4HSyIswi5ZMuQij-8">
          <mxGeometry relative="1" as="geometry" />
        </mxCell>
        <mxCell id="_zXhN4HSyIswi5ZMuQij-21" edge="1" parent="1" source="_zXhN4HSyIswi5ZMuQij-4" style="edgeStyle=orthogonalEdgeStyle;rounded=0;orthogonalLoop=1;jettySize=auto;html=1;" target="_zXhN4HSyIswi5ZMuQij-20">
          <mxGeometry relative="1" as="geometry" />
        </mxCell>
        <mxCell id="_zXhN4HSyIswi5ZMuQij-4" parent="1" style="rounded=1;whiteSpace=wrap;html=1;" value="执行服务&lt;div&gt;下载网页&lt;/div&gt;&lt;div&gt;解析网页&lt;/div&gt;&lt;div&gt;保存摘要：url uk upsert&lt;/div&gt;&lt;div&gt;保存内容&lt;/div&gt;" vertex="1">
          <mxGeometry height="100" width="186" x="414" y="290" as="geometry" />
        </mxCell>
        <mxCell id="_zXhN4HSyIswi5ZMuQij-5" parent="1" style="shape=cylinder3;whiteSpace=wrap;html=1;boundedLbl=1;backgroundOutline=1;size=15;" value="&lt;div&gt;网页摘要&lt;/div&gt;" vertex="1">
          <mxGeometry height="70" width="120" x="30" y="450" as="geometry" />
        </mxCell>
        <mxCell id="_zXhN4HSyIswi5ZMuQij-7" edge="1" parent="1" source="_zXhN4HSyIswi5ZMuQij-4" style="edgeStyle=orthogonalEdgeStyle;rounded=0;orthogonalLoop=1;jettySize=auto;html=1;" target="_zXhN4HSyIswi5ZMuQij-5">
          <mxGeometry relative="1" as="geometry">
            <Array as="points">
              <mxPoint x="235" y="390" />
              <mxPoint x="235" y="475" />
            </Array>
          </mxGeometry>
        </mxCell>
        <mxCell id="_zXhN4HSyIswi5ZMuQij-23" connectable="0" parent="_zXhN4HSyIswi5ZMuQij-7" style="edgeLabel;html=1;align=center;verticalAlign=middle;resizable=0;points=[];" value="更新" vertex="1">
          <mxGeometry relative="1" x="-0.2955" as="geometry">
            <mxPoint as="offset" />
          </mxGeometry>
        </mxCell>
        <mxCell id="_zXhN4HSyIswi5ZMuQij-8" parent="1" style="shape=cylinder3;whiteSpace=wrap;html=1;boundedLbl=1;backgroundOutline=1;size=15;" value="网页内容" vertex="1">
          <mxGeometry height="70" width="120" x="447" y="450" as="geometry" />
        </mxCell>
        <mxCell id="_zXhN4HSyIswi5ZMuQij-14" edge="1" parent="1" source="_zXhN4HSyIswi5ZMuQij-12" style="edgeStyle=orthogonalEdgeStyle;rounded=0;orthogonalLoop=1;jettySize=auto;html=1;entryX=0;entryY=0.5;entryDx=0;entryDy=0;dashed=1;dashPattern=1 1;" target="_zXhN4HSyIswi5ZMuQij-4">
          <mxGeometry relative="1" as="geometry" />
        </mxCell>
        <mxCell id="_zXhN4HSyIswi5ZMuQij-16" connectable="0" parent="_zXhN4HSyIswi5ZMuQij-14" style="edgeLabel;html=1;align=center;verticalAlign=middle;resizable=0;points=[];" value="url" vertex="1">
          <mxGeometry relative="1" x="-0.0312" as="geometry">
            <mxPoint y="1" as="offset" />
          </mxGeometry>
        </mxCell>
        <mxCell id="_zXhN4HSyIswi5ZMuQij-12" parent="1" style="shape=parallelogram;perimeter=parallelogramPerimeter;whiteSpace=wrap;html=1;fixedSize=1;" value="MQ带死信" vertex="1">
          <mxGeometry height="60" width="120" x="240" y="310" as="geometry" />
        </mxCell>
        <mxCell id="_zXhN4HSyIswi5ZMuQij-17" parent="1" style="swimlane;childLayout=stackLayout;horizontal=1;startSize=50;horizontalStack=0;rounded=1;fontSize=14;fontStyle=0;strokeWidth=2;resizeParent=0;resizeLast=1;shadow=0;dashed=0;align=center;arcSize=4;whiteSpace=wrap;html=1;" value="网页摘要" vertex="1">
          <mxGeometry height="180" width="160" x="40" y="570" as="geometry" />
        </mxCell>
        <mxCell id="_zXhN4HSyIswi5ZMuQij-18" parent="_zXhN4HSyIswi5ZMuQij-17" style="align=left;strokeColor=none;fillColor=none;spacingLeft=4;spacingRight=4;fontSize=12;verticalAlign=top;resizable=0;rotatable=0;part=1;html=1;whiteSpace=wrap;" value="+normalized_url&lt;br&gt;+status 代爬取，爬取中，已爬取&lt;br&gt;+ lasted_updated 爬取时间&lt;div&gt;+ file_id 网页文件id&lt;/div&gt;&lt;div&gt;+ file_md5&lt;/div&gt;&lt;div&gt;+ file_prefix_md5&lt;/div&gt;&lt;div&gt;+ updated_at&amp;nbsp;&amp;nbsp;&lt;/div&gt;" vertex="1">
          <mxGeometry height="130" width="160" y="50" as="geometry" />
        </mxCell>
        <mxCell id="_zXhN4HSyIswi5ZMuQij-20" parent="1" style="rounded=1;whiteSpace=wrap;html=1;" value="配置服务&lt;div&gt;ip代理&lt;/div&gt;&lt;div&gt;限流配置&lt;/div&gt;&lt;div&gt;初始化url&lt;/div&gt;" vertex="1">
          <mxGeometry height="60" width="120" x="680" y="310" as="geometry" />
        </mxCell>
        <mxCell id="_zXhN4HSyIswi5ZMuQij-24" parent="1" style="shape=note;strokeWidth=2;fontSize=14;size=20;whiteSpace=wrap;html=1;fillColor=#fff2cc;strokeColor=#d6b656;fontColor=#666600;" value="url分发：&lt;div&gt;updated_at顺排扫表&lt;/div&gt;&lt;div&gt;状态过滤：待爬取/已爬取但是过期的url&lt;/div&gt;&lt;div&gt;domain限流过滤&lt;br&gt;&lt;div&gt;分发url更新到爬取中&lt;/div&gt;&lt;/div&gt;" vertex="1">
          <mxGeometry height="130" width="320" x="-380" y="300" as="geometry" />
        </mxCell>
        <mxCell id="_zXhN4HSyIswi5ZMuQij-25" parent="1" style="shape=cylinder3;whiteSpace=wrap;html=1;boundedLbl=1;backgroundOutline=1;size=15;" value="&lt;div&gt;限流redis&lt;/div&gt;" vertex="1">
          <mxGeometry height="70" width="120" x="-120" y="450" as="geometry" />
        </mxCell>
        <mxCell id="_zXhN4HSyIswi5ZMuQij-26" edge="1" parent="1" source="_zXhN4HSyIswi5ZMuQij-3" style="edgeStyle=orthogonalEdgeStyle;rounded=0;orthogonalLoop=1;jettySize=auto;html=1;entryX=0.5;entryY=0;entryDx=0;entryDy=0;entryPerimeter=0;" target="_zXhN4HSyIswi5ZMuQij-25">
          <mxGeometry relative="1" as="geometry" />
        </mxCell>
      </root>
    </mxGraphModel>
  </diagram>
  <diagram id="M4SPY8foDqXV5skMWo4H" name="分类排行">
    <mxGraphModel dx="1414" dy="760" grid="1" gridSize="10" guides="1" tooltips="1" connect="1" arrows="1" fold="1" page="1" pageScale="1" pageWidth="827" pageHeight="1169" math="0" shadow="0">
      <root>
        <mxCell id="0" />
        <mxCell id="1" parent="0" />
        <mxCell id="waYAHX3jCZ2jNGlATNnN-1" parent="1" style="shape=note;strokeWidth=2;fontSize=14;size=20;whiteSpace=wrap;html=1;fillColor=#fff2cc;strokeColor=#d6b656;fontColor=#666600;" value="https://github.com/donnemartin/system-design-primer/blob/master/solutions/system_design/sales_rank/README-zh-Hans.md" vertex="1">
          <mxGeometry height="20" width="890" x="180" y="60" as="geometry" />
        </mxCell>
        <mxCell id="waYAHX3jCZ2jNGlATNnN-2" parent="1" style="rounded=1;whiteSpace=wrap;html=1;" value="排行计算服务&lt;div&gt;1. 计算当天销量&lt;/div&gt;&lt;div&gt;2.计算最近7天销量&lt;/div&gt;" vertex="1">
          <mxGeometry height="60" width="180" x="467" y="340" as="geometry" />
        </mxCell>
        <mxCell id="waYAHX3jCZ2jNGlATNnN-46" edge="1" parent="1" source="waYAHX3jCZ2jNGlATNnN-3" style="edgeStyle=orthogonalEdgeStyle;rounded=0;orthogonalLoop=1;jettySize=auto;html=1;" target="waYAHX3jCZ2jNGlATNnN-14">
          <mxGeometry relative="1" as="geometry" />
        </mxCell>
        <mxCell id="waYAHX3jCZ2jNGlATNnN-47" edge="1" parent="1" source="waYAHX3jCZ2jNGlATNnN-3" style="edgeStyle=orthogonalEdgeStyle;rounded=0;orthogonalLoop=1;jettySize=auto;html=1;" target="waYAHX3jCZ2jNGlATNnN-43">
          <mxGeometry relative="1" as="geometry" />
        </mxCell>
        <mxCell id="waYAHX3jCZ2jNGlATNnN-3" parent="1" style="shape=cylinder3;whiteSpace=wrap;html=1;boundedLbl=1;backgroundOutline=1;size=15;" value="分类销量库&lt;div&gt;分片库&lt;/div&gt;" vertex="1">
          <mxGeometry height="80" width="120" x="497" y="460" as="geometry" />
        </mxCell>
        <mxCell id="waYAHX3jCZ2jNGlATNnN-7" edge="1" parent="1" source="waYAHX3jCZ2jNGlATNnN-4" style="edgeStyle=orthogonalEdgeStyle;rounded=0;orthogonalLoop=1;jettySize=auto;html=1;dashed=1;dashPattern=1 1;" target="waYAHX3jCZ2jNGlATNnN-6">
          <mxGeometry relative="1" as="geometry" />
        </mxCell>
        <mxCell id="waYAHX3jCZ2jNGlATNnN-10" connectable="0" parent="waYAHX3jCZ2jNGlATNnN-7" style="edgeLabel;html=1;align=center;verticalAlign=middle;resizable=0;points=[];" value="hive-&amp;gt;mq" vertex="1">
          <mxGeometry relative="1" x="-0.0667" y="-1" as="geometry">
            <mxPoint as="offset" />
          </mxGeometry>
        </mxCell>
        <mxCell id="waYAHX3jCZ2jNGlATNnN-4" parent="1" style="shape=cylinder3;whiteSpace=wrap;html=1;boundedLbl=1;backgroundOutline=1;size=15;" value="商品库存HIVE表" vertex="1">
          <mxGeometry height="80" width="120" x="247" y="460" as="geometry" />
        </mxCell>
        <mxCell id="waYAHX3jCZ2jNGlATNnN-8" edge="1" parent="1" source="waYAHX3jCZ2jNGlATNnN-6" style="edgeStyle=orthogonalEdgeStyle;rounded=0;orthogonalLoop=1;jettySize=auto;html=1;entryX=0;entryY=0.5;entryDx=0;entryDy=0;dashed=1;dashPattern=1 2;" target="waYAHX3jCZ2jNGlATNnN-2">
          <mxGeometry relative="1" as="geometry" />
        </mxCell>
        <mxCell id="waYAHX3jCZ2jNGlATNnN-38" connectable="0" parent="waYAHX3jCZ2jNGlATNnN-8" style="edgeLabel;html=1;align=center;verticalAlign=middle;resizable=0;points=[];" value="重试+死信" vertex="1">
          <mxGeometry relative="1" x="-0.0727" y="3" as="geometry">
            <mxPoint as="offset" />
          </mxGeometry>
        </mxCell>
        <mxCell id="waYAHX3jCZ2jNGlATNnN-6" parent="1" style="shape=parallelogram;perimeter=parallelogramPerimeter;whiteSpace=wrap;html=1;fixedSize=1;" value="MQ" vertex="1">
          <mxGeometry height="60" width="120" x="247" y="340" as="geometry" />
        </mxCell>
        <mxCell id="waYAHX3jCZ2jNGlATNnN-11" edge="1" parent="1" source="waYAHX3jCZ2jNGlATNnN-2" style="edgeStyle=orthogonalEdgeStyle;rounded=0;orthogonalLoop=1;jettySize=auto;html=1;" target="waYAHX3jCZ2jNGlATNnN-3">
          <mxGeometry relative="1" as="geometry" />
        </mxCell>
        <mxCell id="waYAHX3jCZ2jNGlATNnN-18" connectable="0" parent="waYAHX3jCZ2jNGlATNnN-11" style="edgeLabel;html=1;align=center;verticalAlign=middle;resizable=0;points=[];" value="&amp;lt; 1wqps" vertex="1">
          <mxGeometry relative="1" x="-0.1167" y="1" as="geometry">
            <mxPoint y="1" as="offset" />
          </mxGeometry>
        </mxCell>
        <mxCell id="waYAHX3jCZ2jNGlATNnN-20" edge="1" parent="1" source="waYAHX3jCZ2jNGlATNnN-12" style="edgeStyle=orthogonalEdgeStyle;rounded=0;orthogonalLoop=1;jettySize=auto;html=1;" target="waYAHX3jCZ2jNGlATNnN-19">
          <mxGeometry relative="1" as="geometry" />
        </mxCell>
        <mxCell id="waYAHX3jCZ2jNGlATNnN-22" edge="1" parent="1" source="waYAHX3jCZ2jNGlATNnN-12" style="edgeStyle=orthogonalEdgeStyle;rounded=0;orthogonalLoop=1;jettySize=auto;html=1;" target="waYAHX3jCZ2jNGlATNnN-21">
          <mxGeometry relative="1" as="geometry" />
        </mxCell>
        <mxCell id="waYAHX3jCZ2jNGlATNnN-40" edge="1" parent="1" source="waYAHX3jCZ2jNGlATNnN-12" style="edgeStyle=orthogonalEdgeStyle;rounded=0;orthogonalLoop=1;jettySize=auto;html=1;entryX=0.5;entryY=0;entryDx=0;entryDy=0;" target="waYAHX3jCZ2jNGlATNnN-39">
          <mxGeometry relative="1" as="geometry" />
        </mxCell>
        <mxCell id="waYAHX3jCZ2jNGlATNnN-12" parent="1" style="rounded=1;whiteSpace=wrap;html=1;" value="分类查询服务&lt;div&gt;同cat_id 最近7天销量倒排&lt;/div&gt;" vertex="1">
          <mxGeometry height="60" width="160" x="790" y="340" as="geometry" />
        </mxCell>
        <mxCell id="waYAHX3jCZ2jNGlATNnN-14" parent="1" style="swimlane;childLayout=stackLayout;horizontal=1;startSize=50;horizontalStack=0;rounded=1;fontSize=14;fontStyle=0;strokeWidth=2;resizeParent=0;resizeLast=1;shadow=0;dashed=0;align=center;arcSize=4;whiteSpace=wrap;html=1;" value="分类每天销量" vertex="1">
          <mxGeometry height="120" width="160" x="390" y="600" as="geometry" />
        </mxCell>
        <mxCell id="waYAHX3jCZ2jNGlATNnN-15" parent="waYAHX3jCZ2jNGlATNnN-14" style="align=left;strokeColor=none;fillColor=none;spacingLeft=4;spacingRight=4;fontSize=12;verticalAlign=top;resizable=0;rotatable=0;part=1;html=1;whiteSpace=wrap;" value="+ cat_id sharding&lt;div&gt;+ goods_id&lt;/div&gt;&lt;div&gt;+ date&lt;br&gt;+ sold_quantity&lt;/div&gt;" vertex="1">
          <mxGeometry height="70" width="160" y="50" as="geometry" />
        </mxCell>
        <mxCell id="waYAHX3jCZ2jNGlATNnN-19" parent="1" style="shape=cylinder3;whiteSpace=wrap;html=1;boundedLbl=1;backgroundOutline=1;size=15;" value="&lt;div&gt;排行redis 集群&lt;/div&gt;&lt;div&gt;key:cat_id+date&lt;/div&gt;&lt;div&gt;value: goods_id+sold_quatity list&lt;/div&gt;" vertex="1">
          <mxGeometry height="90" width="170" x="870" y="470" as="geometry" />
        </mxCell>
        <mxCell id="waYAHX3jCZ2jNGlATNnN-21" parent="1" style="rounded=1;whiteSpace=wrap;html=1;" value="商品列表服务" vertex="1">
          <mxGeometry height="60" width="120" x="1070" y="470" as="geometry" />
        </mxCell>
        <mxCell id="waYAHX3jCZ2jNGlATNnN-27" edge="1" parent="1" source="waYAHX3jCZ2jNGlATNnN-25" style="edgeStyle=orthogonalEdgeStyle;rounded=0;orthogonalLoop=1;jettySize=auto;html=1;" target="waYAHX3jCZ2jNGlATNnN-12">
          <mxGeometry relative="1" as="geometry" />
        </mxCell>
        <mxCell id="waYAHX3jCZ2jNGlATNnN-28" connectable="0" parent="waYAHX3jCZ2jNGlATNnN-27" style="edgeLabel;html=1;align=center;verticalAlign=middle;resizable=0;points=[];" value="100w qps" vertex="1">
          <mxGeometry relative="1" x="0.0083" y="1" as="geometry">
            <mxPoint as="offset" />
          </mxGeometry>
        </mxCell>
        <mxCell id="waYAHX3jCZ2jNGlATNnN-25" parent="1" style="rounded=1;whiteSpace=wrap;html=1;" value="HTTP LB" vertex="1">
          <mxGeometry height="60" width="1210" x="20" y="220" as="geometry" />
        </mxCell>
        <mxCell id="waYAHX3jCZ2jNGlATNnN-35" edge="1" parent="1" source="waYAHX3jCZ2jNGlATNnN-12" style="edgeStyle=orthogonalEdgeStyle;rounded=0;orthogonalLoop=1;jettySize=auto;html=1;exitX=0;exitY=0.75;exitDx=0;exitDy=0;entryX=1;entryY=0.5;entryDx=0;entryDy=0;entryPerimeter=0;" target="waYAHX3jCZ2jNGlATNnN-3">
          <mxGeometry relative="1" as="geometry" />
        </mxCell>
        <mxCell id="waYAHX3jCZ2jNGlATNnN-36" parent="1" style="swimlane;childLayout=stackLayout;horizontal=1;startSize=50;horizontalStack=0;rounded=1;fontSize=14;fontStyle=0;strokeWidth=2;resizeParent=0;resizeLast=1;shadow=0;dashed=0;align=center;arcSize=4;whiteSpace=wrap;html=1;" value="商品销量" vertex="1">
          <mxGeometry height="120" width="160" x="170" y="600" as="geometry" />
        </mxCell>
        <mxCell id="waYAHX3jCZ2jNGlATNnN-37" parent="waYAHX3jCZ2jNGlATNnN-36" style="align=left;strokeColor=none;fillColor=none;spacingLeft=4;spacingRight=4;fontSize=12;verticalAlign=top;resizable=0;rotatable=0;part=1;html=1;whiteSpace=wrap;" value="+ cat_id&lt;div&gt;+ goods_id&lt;/div&gt;&lt;div&gt;+ sold_quantity&lt;/div&gt;" vertex="1">
          <mxGeometry height="70" width="160" y="50" as="geometry" />
        </mxCell>
        <mxCell id="waYAHX3jCZ2jNGlATNnN-39" parent="1" style="rounded=1;whiteSpace=wrap;html=1;" value="&lt;div&gt;热点cat_id&lt;/div&gt;local cache" vertex="1">
          <mxGeometry height="40" width="70" x="740" y="470" as="geometry" />
        </mxCell>
        <mxCell id="waYAHX3jCZ2jNGlATNnN-43" parent="1" style="swimlane;childLayout=stackLayout;horizontal=1;startSize=50;horizontalStack=0;rounded=1;fontSize=14;fontStyle=0;strokeWidth=2;resizeParent=0;resizeLast=1;shadow=0;dashed=0;align=center;arcSize=4;whiteSpace=wrap;html=1;" value="分类窗口销量" vertex="1">
          <mxGeometry height="140" width="160" x="600" y="600" as="geometry" />
        </mxCell>
        <mxCell id="waYAHX3jCZ2jNGlATNnN-44" parent="waYAHX3jCZ2jNGlATNnN-43" style="align=left;strokeColor=none;fillColor=none;spacingLeft=4;spacingRight=4;fontSize=12;verticalAlign=top;resizable=0;rotatable=0;part=1;html=1;whiteSpace=wrap;" value="+ cat_id&amp;nbsp; sharding&lt;div&gt;+ goods_id&lt;/div&gt;&lt;div&gt;+ to_date&lt;/div&gt;&lt;div&gt;+ from_date&lt;br&gt;+ sold_quantity&amp;nbsp; key&lt;/div&gt;" vertex="1">
          <mxGeometry height="90" width="160" y="50" as="geometry" />
        </mxCell>
        <mxCell id="waYAHX3jCZ2jNGlATNnN-48" parent="1" style="shape=cylinder3;whiteSpace=wrap;html=1;boundedLbl=1;backgroundOutline=1;size=15;" value="商品库存库" vertex="1">
          <mxGeometry height="80" width="120" x="20" y="460" as="geometry" />
        </mxCell>
        <mxCell id="waYAHX3jCZ2jNGlATNnN-49" edge="1" parent="1" source="waYAHX3jCZ2jNGlATNnN-48" style="edgeStyle=orthogonalEdgeStyle;rounded=0;orthogonalLoop=1;jettySize=auto;html=1;entryX=0;entryY=0.5;entryDx=0;entryDy=0;entryPerimeter=0;" target="waYAHX3jCZ2jNGlATNnN-4">
          <mxGeometry relative="1" as="geometry" />
        </mxCell>
        <mxCell id="waYAHX3jCZ2jNGlATNnN-50" connectable="0" parent="waYAHX3jCZ2jNGlATNnN-49" style="edgeLabel;html=1;align=center;verticalAlign=middle;resizable=0;points=[];" value="db -&amp;gt; hive 任务" vertex="1">
          <mxGeometry relative="1" x="-0.2468" y="1" as="geometry">
            <mxPoint as="offset" />
          </mxGeometry>
        </mxCell>
      </root>
    </mxGraphModel>
  </diagram>
</mxfile>
